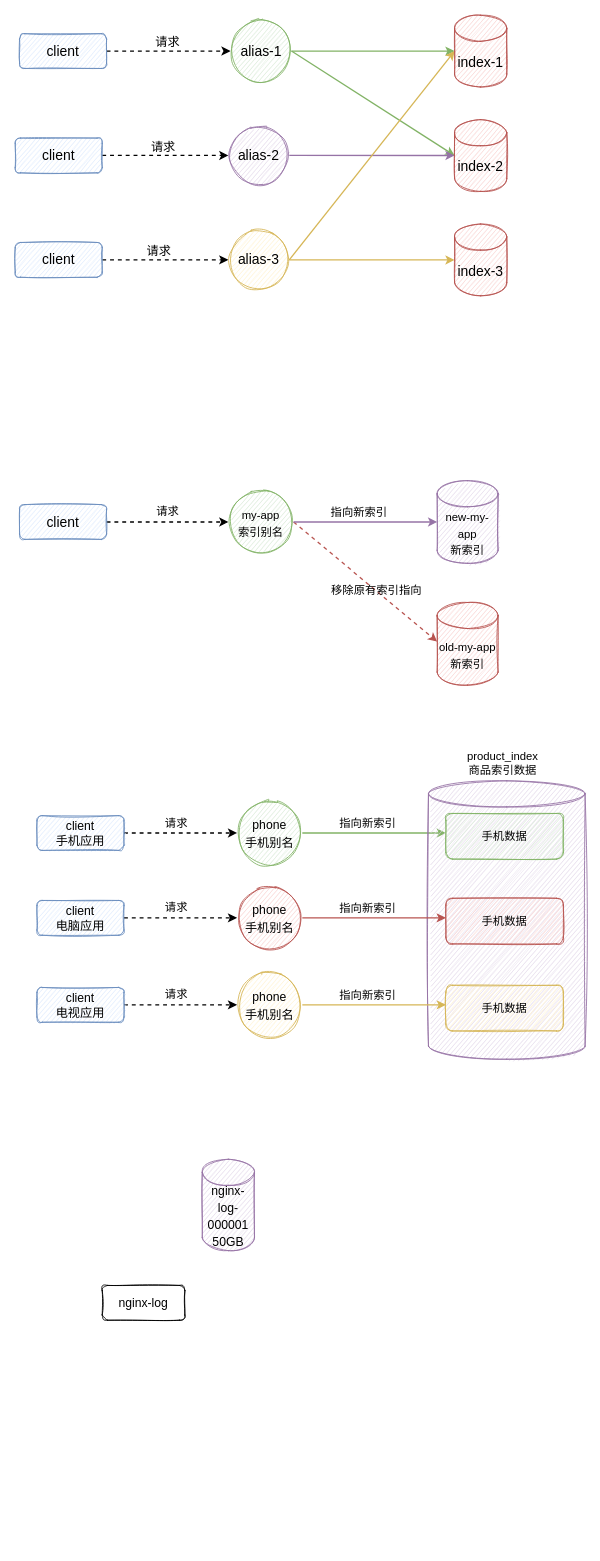
The draw.io diagram Elasticsearch/alias.drawio in cr7258/draw.io, before the edit. Source tidied: cells renumbered, new cells numbered last; positions are measured from the earlier drawing's top-left corner, leaving out a move shared by most shapes. Both pictures are drawn from the tidied source at 87%, with x=0, y=0 at pixel (15, 15).
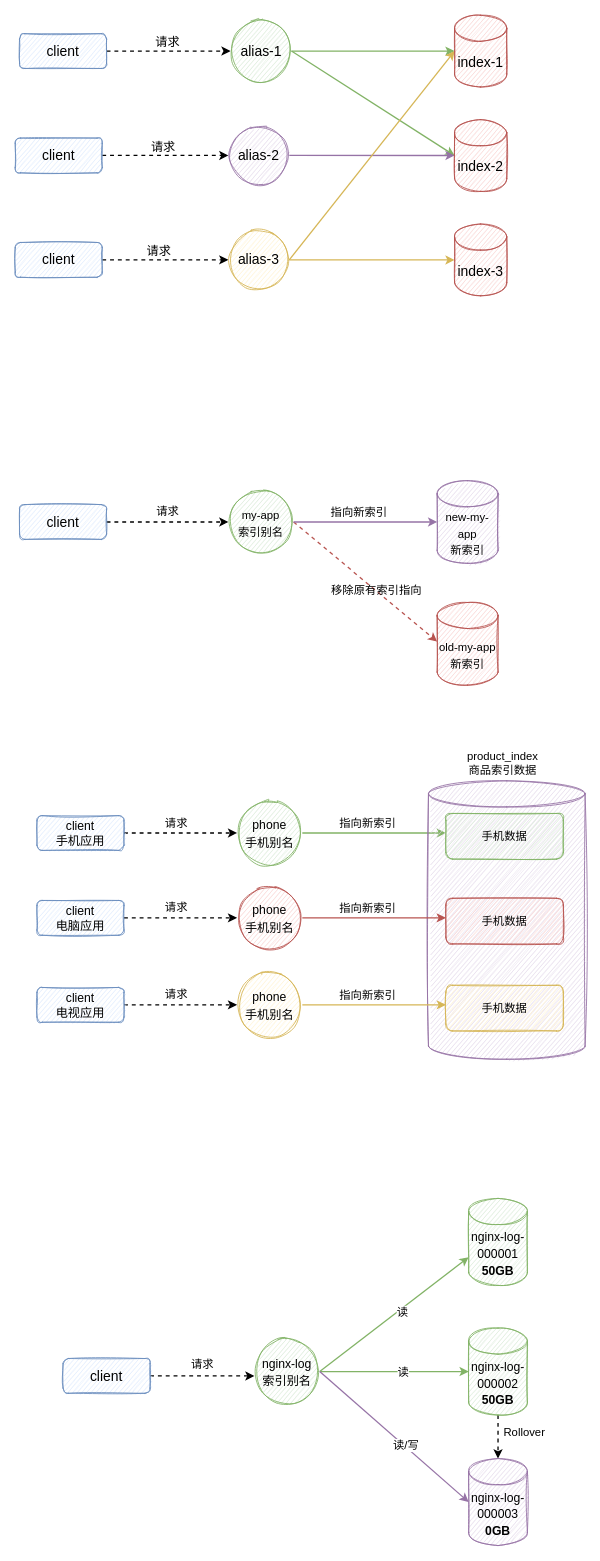
After the change.

What changed in the source:
```diff
@@
-    <mxCell id="55" value="nginx-log" style="rounded=1;whiteSpace=wrap;html=1;sketch=1;fontSize=14;" parent="1" vertex="1">
-      <mxGeometry x="100" y="1460" width="95" height="40" as="geometry" />
-    </mxCell>
-    <mxCell id="56" value="&lt;span style=&quot;font-size: 14px&quot;&gt;nginx-log-000001&lt;/span&gt;&lt;br style=&quot;font-size: 14px&quot;&gt;&lt;span style=&quot;font-size: 14px&quot;&gt;50GB&lt;/span&gt;" style="shape=cylinder3;whiteSpace=wrap;html=1;boundedLbl=1;backgroundOutline=1;size=15;sketch=1;fontSize=16;fillColor=#e1d5e7;strokeColor=#9673a6;" parent="1" vertex="1">
-      <mxGeometry x="215" y="1315" width="60" height="105" as="geometry" />
+    <mxCell id="56" value="&lt;span style=&quot;font-size: 14px&quot;&gt;nginx-log-000001&lt;/span&gt;&lt;br style=&quot;font-size: 14px&quot;&gt;&lt;span style=&quot;font-size: 14px&quot;&gt;&lt;b&gt;50GB&lt;/b&gt;&lt;/span&gt;" style="shape=cylinder3;whiteSpace=wrap;html=1;boundedLbl=1;backgroundOutline=1;size=15;sketch=1;fontSize=16;fillColor=#d5e8d4;strokeColor=#82b366;" parent="1" vertex="1">
+      <mxGeometry x="521.2" y="1360" width="67.5" height="100" as="geometry" />
     </mxCell>
+    <mxCell id="57" style="edgeStyle=orthogonalEdgeStyle;rounded=0;jettySize=auto;html=1;exitX=0.5;exitY=1;exitDx=0;exitDy=0;exitPerimeter=0;entryX=0.5;entryY=0;entryDx=0;entryDy=0;entryPerimeter=0;dashed=1;strokeWidth=1.5;" parent="1" edge="1" source="58" target="59">
+      <mxGeometry relative="1" as="geometry" />
+    </mxCell>
+    <mxCell id="58" value="&lt;span style=&quot;font-size: 14px&quot;&gt;nginx-log-000002&lt;/span&gt;&lt;br style=&quot;font-size: 14px&quot;&gt;&lt;span style=&quot;font-size: 14px&quot;&gt;&lt;b&gt;50GB&lt;/b&gt;&lt;/span&gt;" style="shape=cylinder3;whiteSpace=wrap;html=1;boundedLbl=1;backgroundOutline=1;size=15;sketch=1;fontSize=16;fillColor=#d5e8d4;strokeColor=#82b366;" parent="1" vertex="1">
+      <mxGeometry x="521.2" y="1509" width="67.5" height="100" as="geometry" />
+    </mxCell>
+    <mxCell id="59" value="&lt;span style=&quot;font-size: 14px&quot;&gt;nginx-log-000003&lt;/span&gt;&lt;br style=&quot;font-size: 14px&quot;&gt;&lt;span style=&quot;font-size: 14px&quot;&gt;&lt;b&gt;0GB&lt;/b&gt;&lt;/span&gt;" style="shape=cylinder3;whiteSpace=wrap;html=1;boundedLbl=1;backgroundOutline=1;size=15;sketch=1;fontSize=16;fillColor=#e1d5e7;strokeColor=#9673a6;" parent="1" vertex="1">
+      <mxGeometry x="521.2" y="1659" width="67.5" height="100" as="geometry" />
+    </mxCell>
+    <mxCell id="60" value="&lt;font style=&quot;font-size: 13px;&quot;&gt;Rollover&lt;/font&gt;" style="text;html=1;align=center;verticalAlign=middle;fillColor=none;strokeColor=none;rounded=0;fontSize=13;" parent="1" vertex="1">
+      <mxGeometry x="555" y="1619" width="60" height="20" as="geometry" />
+    </mxCell>
+    <mxCell id="61" style="rounded=0;jettySize=auto;html=1;exitX=1;exitY=0.5;exitDx=0;exitDy=0;entryX=0;entryY=0;entryDx=0;entryDy=67.5;entryPerimeter=0;fontSize=13;strokeWidth=1.5;fillColor=#d5e8d4;strokeColor=#82b366;" parent="1" edge="1" source="67" target="56">
+      <mxGeometry relative="1" as="geometry" />
+    </mxCell>
+    <mxCell id="62" value="读" style="edgeLabel;html=1;align=center;verticalAlign=middle;fontSize=13;" parent="61" vertex="1">
+      <mxGeometry x="0.15" y="3" relative="1" as="geometry">
+        <mxPoint x="-2" y="9" as="offset" />
+      </mxGeometry>
+    </mxCell>
+    <mxCell id="63" style="edgeStyle=none;rounded=0;jettySize=auto;html=1;exitX=1;exitY=0.5;exitDx=0;exitDy=0;entryX=0;entryY=0.5;entryDx=0;entryDy=0;entryPerimeter=0;fontSize=13;strokeWidth=1.5;fillColor=#d5e8d4;strokeColor=#82b366;" parent="1" edge="1" source="67" target="58">
+      <mxGeometry relative="1" as="geometry" />
+    </mxCell>
+    <mxCell id="64" value="读" style="edgeLabel;html=1;align=center;verticalAlign=middle;fontSize=13;" parent="63" vertex="1">
+      <mxGeometry x="0.16" y="5" relative="1" as="geometry">
+        <mxPoint x="-4" y="5" as="offset" />
+      </mxGeometry>
+    </mxCell>
+    <mxCell id="65" style="edgeStyle=none;rounded=0;jettySize=auto;html=1;exitX=1;exitY=0.5;exitDx=0;exitDy=0;entryX=0;entryY=0.5;entryDx=0;entryDy=0;entryPerimeter=0;fontSize=13;strokeWidth=1.5;fillColor=#e1d5e7;strokeColor=#9673a6;" parent="1" edge="1" source="67" target="59">
+      <mxGeometry relative="1" as="geometry" />
+    </mxCell>
+    <mxCell id="66" value="读/写" style="edgeLabel;html=1;align=center;verticalAlign=middle;fontSize=13;" parent="65" vertex="1">
+      <mxGeometry x="0.13" y="1" relative="1" as="geometry">
+        <mxPoint x="1" as="offset" />
+      </mxGeometry>
+    </mxCell>
+    <mxCell id="67" value="&lt;font style=&quot;font-size: 14px&quot;&gt;nginx-log&lt;br&gt;索引别名&lt;br&gt;&lt;/font&gt;" style="ellipse;whiteSpace=wrap;html=1;fontSize=16;fillColor=#d5e8d4;strokeColor=#82b366;sketch=1;" parent="1" vertex="1">
+      <mxGeometry x="275" y="1521.5" width="75" height="75" as="geometry" />
+    </mxCell>
+    <mxCell id="68" style="edgeStyle=orthogonalEdgeStyle;rounded=0;jettySize=auto;html=1;exitX=1;exitY=0.5;exitDx=0;exitDy=0;dashed=1;fontSize=13;strokeWidth=1.5;" parent="1" edge="1" source="69">
+      <mxGeometry relative="1" as="geometry">
+        <mxPoint x="275" y="1564" as="targetPoint" />
+      </mxGeometry>
+    </mxCell>
+    <mxCell id="69" value="&lt;font style=&quot;font-size: 16px&quot;&gt;client&lt;/font&gt;" style="rounded=1;whiteSpace=wrap;html=1;fillColor=#dae8fc;strokeColor=#6c8ebf;sketch=1;" parent="1" vertex="1">
+      <mxGeometry x="55" y="1544" width="100" height="40" as="geometry" />
+    </mxCell>
+    <mxCell id="70" value="请求" style="text;html=1;align=center;verticalAlign=middle;strokeColor=none;fillColor=none;fontSize=13;" parent="1" vertex="1">
+      <mxGeometry x="195" y="1540" width="40" height="20" as="geometry" />
+    </mxCell>
```
